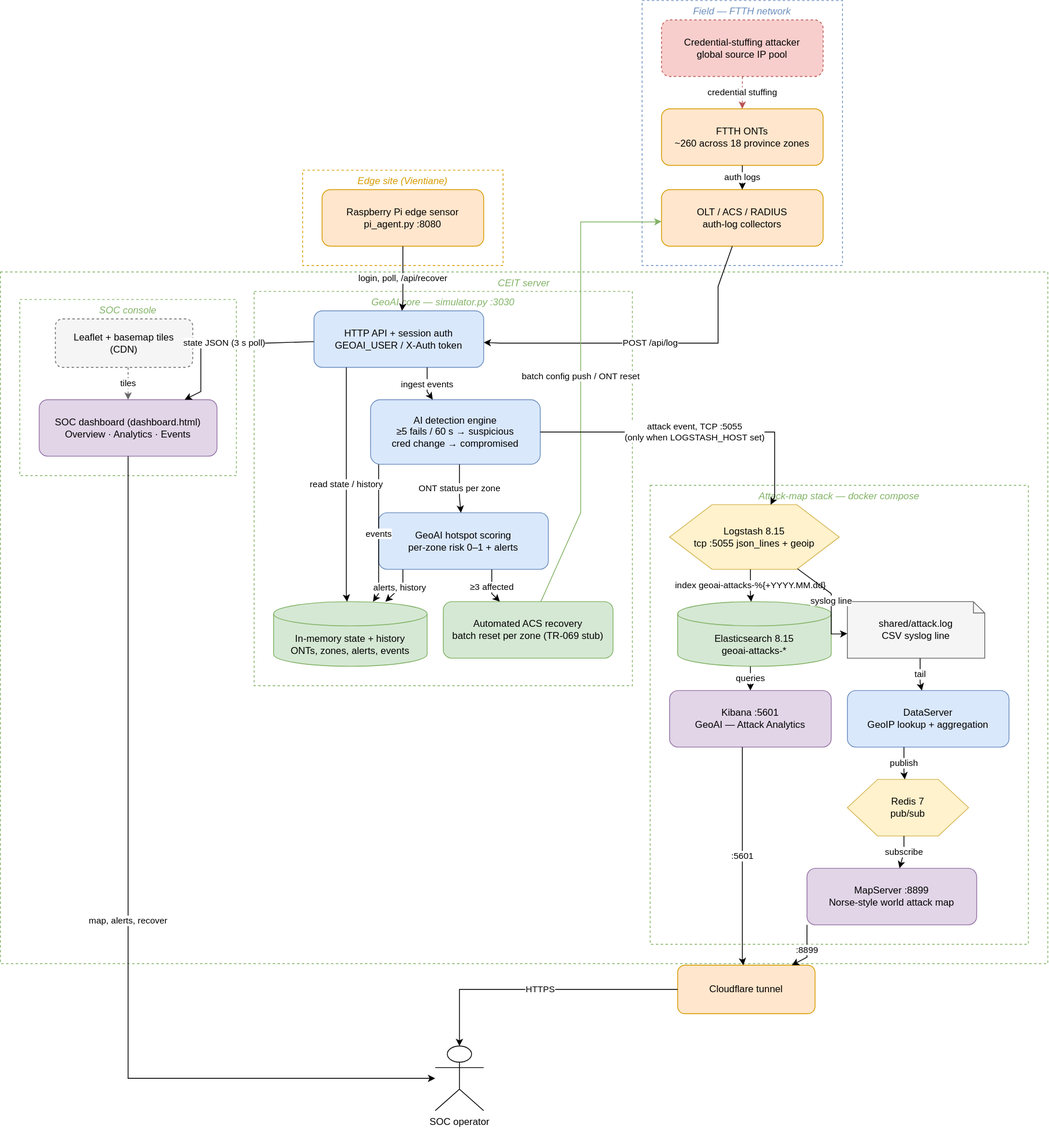
Before: docs/architecture.svg, a diagram exported from draw.io (phonepadith/HACK_LA_127). Source tidied: cells renumbered, new cells last; positions are measured from the earlier drawing's top-left corner, leaving out a move shared by most shapes.
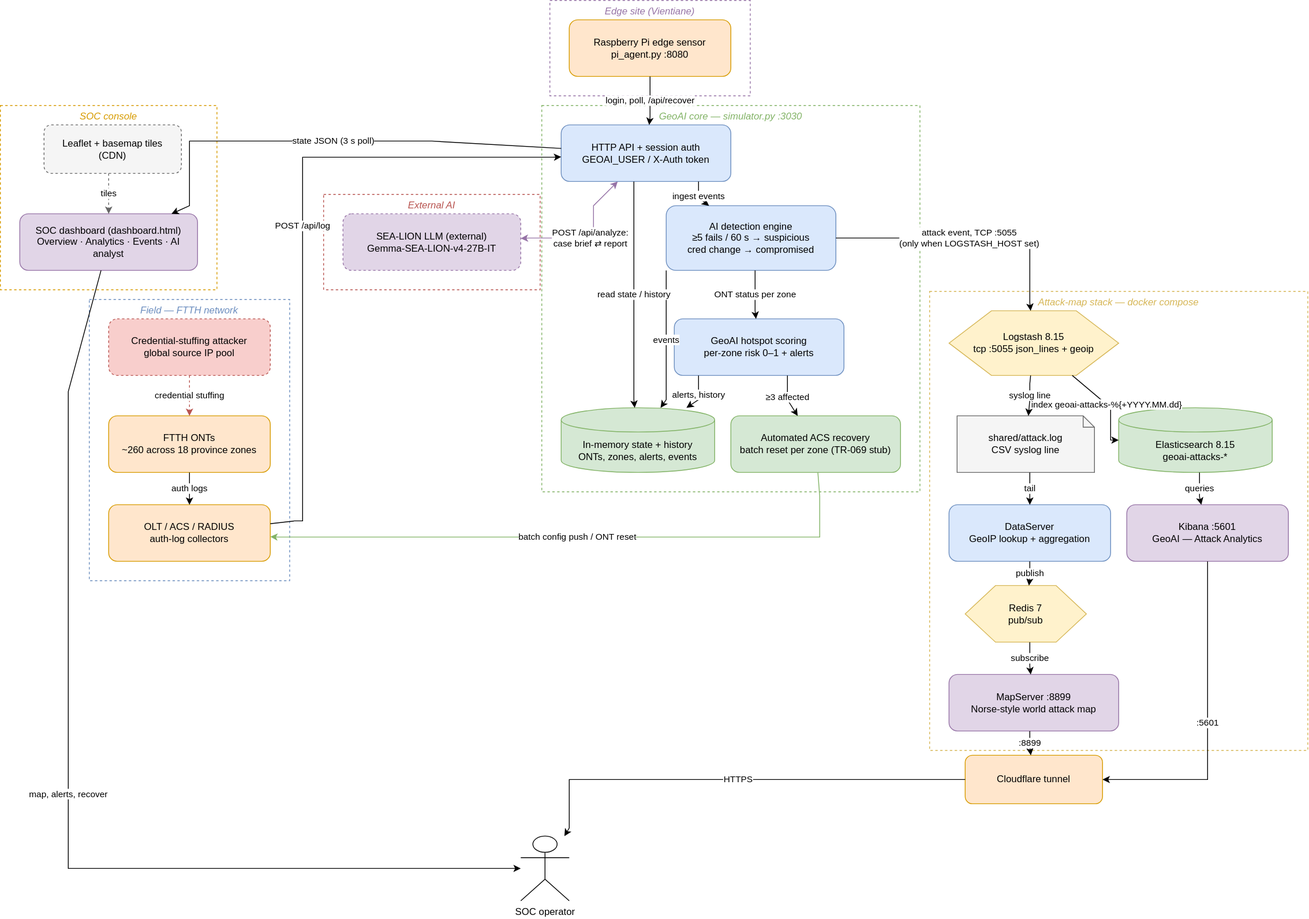
After the commit.

Commit message:
Architecture diagram: add the SEA-LION LLM, drop the CEIT server wrapper

The edit, as a diff of the source:
```diff
@@ -4,40 +4,61 @@
     <mxCell id="1" parent="0" />
-    <mxCell id="2" value="CEIT server" style="rounded=0;whiteSpace=wrap;html=1;fillColor=none;strokeColor=#82b366;fontColor=#82b366;verticalAlign=top;fontStyle=2;dashed=1;" parent="1" vertex="1">
-      <mxGeometry y="336" width="1296" height="856" as="geometry" />
+    <mxCell id="2" value="Attack-map stack — docker compose" style="rounded=0;whiteSpace=wrap;html=1;fillColor=none;strokeColor=#d6b656;fontColor=#d6b656;verticalAlign=top;fontStyle=2;dashed=1;" parent="1" vertex="1">
+      <mxGeometry x="1144" y="360" width="468" height="568" as="geometry" />
     </mxCell>
-    <mxCell id="3" value="Attack-map stack — docker compose" style="rounded=0;whiteSpace=wrap;html=1;fillColor=none;strokeColor=#82b366;fontColor=#82b366;verticalAlign=top;fontStyle=2;dashed=1;" parent="2" vertex="1">
-      <mxGeometry x="804" y="264" width="468" height="568" as="geometry" />
-    </mxCell>
-    <mxCell id="4" value="Logstash 8.15&#10;tcp :5055 json_lines + geoip" style="shape=hexagon;perimeter=hexagonPerimeter2;whiteSpace=wrap;html=1;fillColor=#fff2cc;strokeColor=#d6b656;" parent="3" vertex="1">
+    <mxCell id="4" value="Logstash 8.15&#10;tcp :5055 json_lines + geoip" style="shape=hexagon;perimeter=hexagonPerimeter2;whiteSpace=wrap;html=1;fillColor=#fff2cc;strokeColor=#d6b656;" parent="2" vertex="1">
       <mxGeometry x="24" y="24" width="210" height="80" as="geometry" />
     </mxCell>
-    <mxCell id="5" value="shared/attack.log&#10;CSV syslog line" style="shape=note;whiteSpace=wrap;html=1;size=14;fillColor=#f5f5f5;strokeColor=#666666;" parent="3" vertex="1">
-      <mxGeometry x="244" y="144" width="170" height="70" as="geometry" />
+    <mxCell id="5" value="shared/attack.log&#10;CSV syslog line" style="shape=note;whiteSpace=wrap;html=1;size=14;fillColor=#f5f5f5;strokeColor=#666666;" parent="2" vertex="1">
+      <mxGeometry x="34" y="154" width="170" height="70" as="geometry" />
     </mxCell>
-    <mxCell id="6" value="DataServer&#10;GeoIP lookup + aggregation" style="rounded=1;whiteSpace=wrap;html=1;fillColor=#dae8fc;strokeColor=#6c8ebf;" parent="3" vertex="1">
-      <mxGeometry x="244" y="254" width="200" height="70" as="geometry" />
+    <mxCell id="6" value="DataServer&#10;GeoIP lookup + aggregation" style="rounded=1;whiteSpace=wrap;html=1;fillColor=#dae8fc;strokeColor=#6c8ebf;" parent="2" vertex="1">
+      <mxGeometry x="24" y="264" width="200" height="70" as="geometry" />
     </mxCell>
-    <mxCell id="7" value="Redis 7&#10;pub/sub" style="shape=hexagon;perimeter=hexagonPerimeter2;whiteSpace=wrap;html=1;fillColor=#fff2cc;strokeColor=#d6b656;" parent="3" vertex="1">
-      <mxGeometry x="244" y="364" width="150" height="70" as="geometry" />
+    <mxCell id="7" value="Redis 7&#10;pub/sub" style="shape=hexagon;perimeter=hexagonPerimeter2;whiteSpace=wrap;html=1;fillColor=#fff2cc;strokeColor=#d6b656;" parent="2" vertex="1">
+      <mxGeometry x="44" y="364" width="150" height="70" as="geometry" />
     </mxCell>
-    <mxCell id="8" value="MapServer :8899&#10;Norse-style world attack map" style="rounded=1;whiteSpace=wrap;html=1;fillColor=#e1d5e7;strokeColor=#9673a6;" parent="3" vertex="1">
-      <mxGeometry x="194" y="474" width="210" height="70" as="geometry" />
+    <mxCell id="8" value="MapServer :8899&#10;Norse-style world attack map" style="rounded=1;whiteSpace=wrap;html=1;fillColor=#e1d5e7;strokeColor=#9673a6;" parent="2" vertex="1">
+      <mxGeometry x="24" y="474" width="210" height="70" as="geometry" />
     </mxCell>
-    <mxCell id="9" value="Elasticsearch 8.15&#10;geoai-attacks-*" style="shape=cylinder3;whiteSpace=wrap;html=1;boundedLbl=1;fillColor=#d5e8d4;strokeColor=#82b366;" parent="3" vertex="1">
-      <mxGeometry x="34" y="144" width="190" height="80" as="geometry" />
+    <mxCell id="9" value="Elasticsearch 8.15&#10;geoai-attacks-*" style="shape=cylinder3;whiteSpace=wrap;html=1;boundedLbl=1;fillColor=#d5e8d4;strokeColor=#82b366;" parent="2" vertex="1">
+      <mxGeometry x="234" y="144" width="190" height="80" as="geometry" />
     </mxCell>
-    <mxCell id="10" value="Kibana :5601&#10;GeoAI — Attack Analytics" style="rounded=1;whiteSpace=wrap;html=1;fillColor=#e1d5e7;strokeColor=#9673a6;" parent="3" vertex="1">
-      <mxGeometry x="24" y="254" width="200" height="70" as="geometry" />
+    <mxCell id="10" value="Kibana :5601&#10;GeoAI — Attack Analytics" style="rounded=1;whiteSpace=wrap;html=1;fillColor=#e1d5e7;strokeColor=#9673a6;" parent="2" vertex="1">
+      <mxGeometry x="244" y="264" width="200" height="70" as="geometry" />
     </mxCell>
+    <mxCell id="20" value="Edge site (Vientiane)" style="rounded=0;whiteSpace=wrap;html=1;fillColor=none;strokeColor=#9673a6;fontColor=#9673a6;verticalAlign=top;fontStyle=2;dashed=1;" parent="1" vertex="1">
+      <mxGeometry x="674" width="248" height="118" as="geometry" />
+    </mxCell>
+    <mxCell id="21" value="Raspberry Pi edge sensor&#10;pi_agent.py :8080" style="rounded=1;whiteSpace=wrap;html=1;fillColor=#ffe6cc;strokeColor=#d79b00;" parent="20" vertex="1">
+      <mxGeometry x="24" y="24" width="200" height="70" as="geometry" />
+    </mxCell>
+    <mxCell id="22" value="External AI" style="rounded=0;whiteSpace=wrap;html=1;fillColor=none;strokeColor=#b85450;fontColor=#b85450;verticalAlign=top;fontStyle=2;dashed=1;" parent="1" vertex="1">
+      <mxGeometry x="394" y="240" width="268" height="118" as="geometry" />
+    </mxCell>
+    <mxCell id="52" value="SEA-LION LLM (external)&#10;Gemma-SEA-LION-v4-27B-IT" style="rounded=1;whiteSpace=wrap;html=1;dashed=1;fillColor=#e1d5e7;strokeColor=#9673a6;" parent="22" vertex="1">
+      <mxGeometry x="24" y="24" width="220" height="70" as="geometry" />
+    </mxCell>
+    <mxCell id="3" value="Field — FTTH network" style="rounded=0;whiteSpace=wrap;html=1;fillColor=none;strokeColor=#6c8ebf;fontColor=#6c8ebf;verticalAlign=top;fontStyle=2;dashed=1;" parent="1" vertex="1">
+      <mxGeometry x="104" y="370" width="248" height="348" as="geometry" />
+    </mxCell>
+    <mxCell id="23" value="Credential-stuffing attacker&#10;global source IP pool" style="rounded=1;whiteSpace=wrap;html=1;dashed=1;fillColor=#f8cecc;strokeColor=#b85450;" parent="3" vertex="1">
+      <mxGeometry x="24" y="24" width="200" height="70" as="geometry" />
+    </mxCell>
+    <mxCell id="24" value="FTTH ONTs&#10;~260 across 18 province zones" style="rounded=1;whiteSpace=wrap;html=1;fillColor=#ffe6cc;strokeColor=#d79b00;" parent="3" vertex="1">
+      <mxGeometry x="24" y="144" width="200" height="70" as="geometry" />
+    </mxCell>
+    <mxCell id="25" value="OLT / ACS / RADIUS&#10;auth-log collectors" style="rounded=1;whiteSpace=wrap;html=1;fillColor=#ffe6cc;strokeColor=#d79b00;" parent="3" vertex="1">
+      <mxGeometry x="24" y="254" width="200" height="70" as="geometry" />
+    </mxCell>
-    <mxCell id="11" value="GeoAI core — simulator.py :3030" style="rounded=0;whiteSpace=wrap;html=1;fillColor=none;strokeColor=#82b366;fontColor=#82b366;verticalAlign=top;fontStyle=2;dashed=1;" parent="2" vertex="1">
-      <mxGeometry x="314" y="24" width="468" height="488" as="geometry" />
+    <mxCell id="11" value="GeoAI core — simulator.py :3030" style="rounded=0;whiteSpace=wrap;html=1;fillColor=none;strokeColor=#82b366;fontColor=#82b366;verticalAlign=top;fontStyle=2;dashed=1;" parent="1" vertex="1">
+      <mxGeometry x="664" y="130" width="468" height="478" as="geometry" />
     </mxCell>
     <mxCell id="12" value="HTTP API + session auth&#10;GEOAI_USER / X-Auth token" style="rounded=1;whiteSpace=wrap;html=1;fillColor=#dae8fc;strokeColor=#6c8ebf;" parent="11" vertex="1">
-      <mxGeometry x="74" y="24" width="210" height="70" as="geometry" />
+      <mxGeometry x="24" y="24" width="210" height="70" as="geometry" />
     </mxCell>
     <mxCell id="13" value="AI detection engine&#10;≥5 fails / 60 s → suspicious&#10;cred change → compromised" style="rounded=1;whiteSpace=wrap;html=1;fillColor=#dae8fc;strokeColor=#6c8ebf;" parent="11" vertex="1">
-      <mxGeometry x="144" y="134" width="210" height="80" as="geometry" />
+      <mxGeometry x="154" y="124" width="210" height="80" as="geometry" />
     </mxCell>
     <mxCell id="14" value="GeoAI hotspot scoring&#10;per-zone risk 0–1 + alerts" style="rounded=1;whiteSpace=wrap;html=1;fillColor=#dae8fc;strokeColor=#6c8ebf;" parent="11" vertex="1">
-      <mxGeometry x="154" y="274" width="210" height="70" as="geometry" />
+      <mxGeometry x="164" y="264" width="210" height="70" as="geometry" />
     </mxCell>
@@ -47,36 +68,18 @@
     <mxCell id="16" value="In-memory state + history&#10;ONTs, zones, alerts, events" style="shape=cylinder3;whiteSpace=wrap;html=1;boundedLbl=1;fillColor=#d5e8d4;strokeColor=#82b366;" parent="11" vertex="1">
-      <mxGeometry x="24" y="384" width="190" height="80" as="geometry" />
+      <mxGeometry x="24" y="374" width="190" height="80" as="geometry" />
     </mxCell>
-    <mxCell id="17" value="SOC console" style="rounded=0;whiteSpace=wrap;html=1;fillColor=none;strokeColor=#82b366;fontColor=#82b366;verticalAlign=top;fontStyle=2;dashed=1;" parent="2" vertex="1">
-      <mxGeometry x="24" y="34" width="268" height="218" as="geometry" />
+    <mxCell id="17" value="SOC console" style="rounded=0;whiteSpace=wrap;html=1;fillColor=none;strokeColor=#d79b00;fontColor=#d79b00;verticalAlign=top;fontStyle=2;dashed=1;" parent="1" vertex="1">
+      <mxGeometry x="-6" y="130" width="268" height="228" as="geometry" />
     </mxCell>
-    <mxCell id="18" value="SOC dashboard (dashboard.html)&#10;Overview · Analytics · Events" style="rounded=1;whiteSpace=wrap;html=1;fillColor=#e1d5e7;strokeColor=#9673a6;" parent="17" vertex="1">
-      <mxGeometry x="24" y="124" width="220" height="70" as="geometry" />
+    <mxCell id="18" value="SOC dashboard (dashboard.html)&#10;Overview · Analytics · Events · AI analyst" style="rounded=1;whiteSpace=wrap;html=1;fillColor=#e1d5e7;strokeColor=#9673a6;" parent="17" vertex="1">
+      <mxGeometry x="24" y="134" width="220" height="70" as="geometry" />
     </mxCell>
     <mxCell id="19" value="Leaflet + basemap tiles&#10;(CDN)" style="rounded=1;whiteSpace=wrap;html=1;dashed=1;fillColor=#f5f5f5;strokeColor=#666666;" parent="17" vertex="1">
-      <mxGeometry x="44" y="24" width="170" height="60" as="geometry" />
+      <mxGeometry x="54" y="24" width="170" height="60" as="geometry" />
     </mxCell>
-    <mxCell id="20" value="Edge site (Vientiane)" style="rounded=0;whiteSpace=wrap;html=1;fillColor=none;strokeColor=#d79b00;fontColor=#d79b00;verticalAlign=top;fontStyle=2;dashed=1;" parent="1" vertex="1">
-      <mxGeometry x="374" y="210" width="248" height="118" as="geometry" />
-    </mxCell>
-    <mxCell id="21" value="Raspberry Pi edge sensor&#10;pi_agent.py :8080" style="rounded=1;whiteSpace=wrap;html=1;fillColor=#ffe6cc;strokeColor=#d79b00;" parent="20" vertex="1">
-      <mxGeometry x="24" y="24" width="200" height="70" as="geometry" />
-    </mxCell>
-    <mxCell id="22" value="Field — FTTH network" style="rounded=0;whiteSpace=wrap;html=1;fillColor=none;strokeColor=#6c8ebf;fontColor=#6c8ebf;verticalAlign=top;fontStyle=2;dashed=1;" parent="1" vertex="1">
-      <mxGeometry x="794" width="248" height="328" as="geometry" />
-    </mxCell>
-    <mxCell id="23" value="Credential-stuffing attacker&#10;global source IP pool" style="rounded=1;whiteSpace=wrap;html=1;dashed=1;fillColor=#f8cecc;strokeColor=#b85450;" parent="22" vertex="1">
-      <mxGeometry x="24" y="24" width="200" height="70" as="geometry" />
-    </mxCell>
-    <mxCell id="24" value="FTTH ONTs&#10;~260 across 18 province zones" style="rounded=1;whiteSpace=wrap;html=1;fillColor=#ffe6cc;strokeColor=#d79b00;" parent="22" vertex="1">
-      <mxGeometry x="24" y="134" width="200" height="70" as="geometry" />
-    </mxCell>
-    <mxCell id="25" value="OLT / ACS / RADIUS&#10;auth-log collectors" style="rounded=1;whiteSpace=wrap;html=1;fillColor=#ffe6cc;strokeColor=#d79b00;" parent="22" vertex="1">
-      <mxGeometry x="24" y="234" width="200" height="70" as="geometry" />
-    </mxCell>
     <mxCell id="26" value="Cloudflare tunnel" style="rounded=1;whiteSpace=wrap;html=1;fillColor=#ffe6cc;strokeColor=#d79b00;" parent="1" vertex="1">
-      <mxGeometry x="838" y="1194" width="170" height="60" as="geometry" />
+      <mxGeometry x="1188" y="934" width="170" height="60" as="geometry" />
     </mxCell>
     <mxCell id="27" value="SOC operator" style="shape=umlActor;verticalLabelPosition=bottom;verticalAlign=top;html=1;" parent="1" vertex="1">
-      <mxGeometry x="538" y="1294" width="60" height="80" as="geometry" />
+      <mxGeometry x="638" y="1034" width="60" height="80" as="geometry" />
     </mxCell>
@@ -85,4 +88,4 @@
         <Array as="points">
-          <mxPoint x="918" y="94" />
-          <mxPoint x="918" y="124" />
+          <mxPoint x="228" y="464" />
+          <mxPoint x="228" y="494" />
         </Array>
@@ -93,4 +96,4 @@
         <Array as="points">
-          <mxPoint x="918" y="204" />
-          <mxPoint x="918" y="224" />
+          <mxPoint x="228" y="584" />
+          <mxPoint x="228" y="604" />
         </Array>
@@ -101,7 +104,10 @@
         <Array as="points">
-          <mxPoint x="888" y="354" />
-          <mxPoint x="888" y="424" />
-          <mxPoint x="888" y="424" />
-          <mxPoint x="888" y="424" />
-          <mxPoint x="618" y="424" />
+          <mxPoint x="358" y="644" />
+          <mxPoint x="368" y="644" />
+          <mxPoint x="368" y="644" />
+          <mxPoint x="368" y="644" />
+          <mxPoint x="368" y="194" />
+          <mxPoint x="368" y="194" />
+          <mxPoint x="368" y="194" />
+          <mxPoint x="678" y="194" />
         </Array>
@@ -112,4 +118,4 @@
         <Array as="points">
-          <mxPoint x="528" y="454" />
-          <mxPoint x="528" y="484" />
+          <mxPoint x="858" y="224" />
+          <mxPoint x="858" y="244" />
         </Array>
@@ -120,4 +126,4 @@
         <Array as="points">
-          <mxPoint x="568" y="574" />
-          <mxPoint x="568" y="614" />
+          <mxPoint x="928" y="334" />
+          <mxPoint x="928" y="384" />
         </Array>
@@ -128,4 +134,4 @@
         <Array as="points">
-          <mxPoint x="608" y="704" />
-          <mxPoint x="608" y="734" />
+          <mxPoint x="968" y="464" />
+          <mxPoint x="968" y="494" />
         </Array>
@@ -136,7 +142,7 @@
         <Array as="points">
-          <mxPoint x="718" y="634" />
-          <mxPoint x="718" y="274" />
-          <mxPoint x="718" y="274" />
-          <mxPoint x="718" y="274" />
-          <mxPoint x="808" y="274" />
+          <mxPoint x="1008" y="614" />
+          <mxPoint x="1008" y="664" />
+          <mxPoint x="1008" y="664" />
+          <mxPoint x="1008" y="664" />
+          <mxPoint x="338" y="664" />
         </Array>
@@ -147,4 +153,4 @@
         <Array as="points">
-          <mxPoint x="468" y="574" />
-          <mxPoint x="468" y="734" />
+          <mxPoint x="818" y="334" />
+          <mxPoint x="818" y="494" />
         </Array>
@@ -155,4 +161,4 @@
         <Array as="points">
-          <mxPoint x="498" y="704" />
-          <mxPoint x="498" y="724" />
+          <mxPoint x="858" y="464" />
+          <mxPoint x="858" y="494" />
         </Array>
@@ -163,4 +169,4 @@
         <Array as="points">
-          <mxPoint x="428" y="454" />
-          <mxPoint x="428" y="734" />
+          <mxPoint x="778" y="224" />
+          <mxPoint x="778" y="494" />
         </Array>
@@ -171,7 +177,7 @@
         <Array as="points">
-          <mxPoint x="328" y="424" />
-          <mxPoint x="248" y="424" />
-          <mxPoint x="248" y="424" />
-          <mxPoint x="248" y="424" />
-          <mxPoint x="248" y="484" />
+          <mxPoint x="528" y="174" />
+          <mxPoint x="228" y="174" />
+          <mxPoint x="228" y="174" />
+          <mxPoint x="228" y="174" />
+          <mxPoint x="228" y="254" />
         </Array>
@@ -182,4 +188,4 @@
         <Array as="points">
-          <mxPoint x="158" y="454" />
-          <mxPoint x="158" y="484" />
+          <mxPoint x="128" y="214" />
+          <mxPoint x="128" y="254" />
         </Array>
@@ -190,7 +196,7 @@
         <Array as="points">
-          <mxPoint x="158" y="724" />
-          <mxPoint x="158" y="1334" />
-          <mxPoint x="158" y="1334" />
-          <mxPoint x="158" y="1334" />
-          <mxPoint x="528" y="1334" />
+          <mxPoint x="78" y="484" />
+          <mxPoint x="78" y="1074" />
+          <mxPoint x="78" y="1074" />
+          <mxPoint x="78" y="1074" />
+          <mxPoint x="628" y="1074" />
         </Array>
@@ -201,4 +207,4 @@
         <Array as="points">
-          <mxPoint x="498" y="304" />
-          <mxPoint x="498" y="374" />
+          <mxPoint x="798" y="94" />
+          <mxPoint x="798" y="144" />
         </Array>
@@ -209,7 +215,7 @@
         <Array as="points">
-          <mxPoint x="788" y="534" />
-          <mxPoint x="958" y="534" />
-          <mxPoint x="958" y="534" />
-          <mxPoint x="958" y="534" />
-          <mxPoint x="958" y="614" />
+          <mxPoint x="1128" y="294" />
+          <mxPoint x="1268" y="294" />
+          <mxPoint x="1268" y="294" />
+          <mxPoint x="1268" y="294" />
+          <mxPoint x="1268" y="374" />
         </Array>
@@ -220,4 +226,7 @@
         <Array as="points">
-          <mxPoint x="928" y="704" />
-          <mxPoint x="928" y="734" />
+          <mxPoint x="1368" y="504" />
+          <mxPoint x="1368" y="544" />
+          <mxPoint x="1368" y="544" />
+          <mxPoint x="1368" y="544" />
+          <mxPoint x="1368" y="544" />
         </Array>
@@ -228,7 +237,4 @@
         <Array as="points">
-          <mxPoint x="1028" y="734" />
-          <mxPoint x="1028" y="784" />
-          <mxPoint x="1028" y="784" />
-          <mxPoint x="1028" y="784" />
-          <mxPoint x="1038" y="784" />
+          <mxPoint x="1268" y="474" />
+          <mxPoint x="1268" y="494" />
         </Array>
@@ -239,4 +245,4 @@
         <Array as="points">
-          <mxPoint x="1138" y="814" />
-          <mxPoint x="1138" y="844" />
+          <mxPoint x="1268" y="584" />
+          <mxPoint x="1268" y="604" />
         </Array>
@@ -247,4 +253,4 @@
         <Array as="points">
-          <mxPoint x="1118" y="924" />
-          <mxPoint x="1118" y="954" />
+          <mxPoint x="1268" y="694" />
+          <mxPoint x="1268" y="714" />
         </Array>
@@ -255,4 +261,4 @@
         <Array as="points">
-          <mxPoint x="1118" y="1034" />
-          <mxPoint x="1118" y="1054" />
+          <mxPoint x="1268" y="794" />
+          <mxPoint x="1268" y="824" />
         </Array>
@@ -263,4 +269,4 @@
         <Array as="points">
-          <mxPoint x="928" y="824" />
-          <mxPoint x="928" y="844" />
+          <mxPoint x="1478" y="584" />
+          <mxPoint x="1478" y="614" />
         </Array>
@@ -271,4 +277,4 @@
         <Array as="points">
-          <mxPoint x="998" y="1144" />
-          <mxPoint x="998" y="1184" />
+          <mxPoint x="1268" y="904" />
+          <mxPoint x="1268" y="924" />
         </Array>
@@ -279,4 +285,7 @@
         <Array as="points">
-          <mxPoint x="918" y="924" />
-          <mxPoint x="918" y="1184" />
+          <mxPoint x="1488" y="774" />
+          <mxPoint x="1488" y="964" />
+          <mxPoint x="1488" y="964" />
+          <mxPoint x="1488" y="964" />
+          <mxPoint x="1368" y="964" />
         </Array>
@@ -287,7 +296,7 @@
         <Array as="points">
-          <mxPoint x="738" y="1224" />
-          <mxPoint x="568" y="1224" />
-          <mxPoint x="568" y="1224" />
-          <mxPoint x="568" y="1224" />
-          <mxPoint x="568" y="1284" />
+          <mxPoint x="1028" y="964" />
+          <mxPoint x="698" y="964" />
+          <mxPoint x="698" y="964" />
+          <mxPoint x="698" y="964" />
+          <mxPoint x="698" y="1024" />
         </Array>
@@ -295,2 +304,13 @@
     </mxCell>
+    <mxCell id="53" value="POST /api/analyze:&#10;case brief ⇄ report" style="endArrow=classic;startArrow=classic;html=1;rounded=0;strokeColor=#9673a6;" parent="1" edge="1" source="12" target="52">
+      <mxGeometry relative="1" as="geometry">
+        <Array as="points">
+          <mxPoint x="728" y="254" />
+          <mxPoint x="728" y="294" />
+          <mxPoint x="728" y="294" />
+          <mxPoint x="728" y="294" />
+          <mxPoint x="648" y="294" />
+        </Array>
+      </mxGeometry>
+    </mxCell>
   </root>
```
